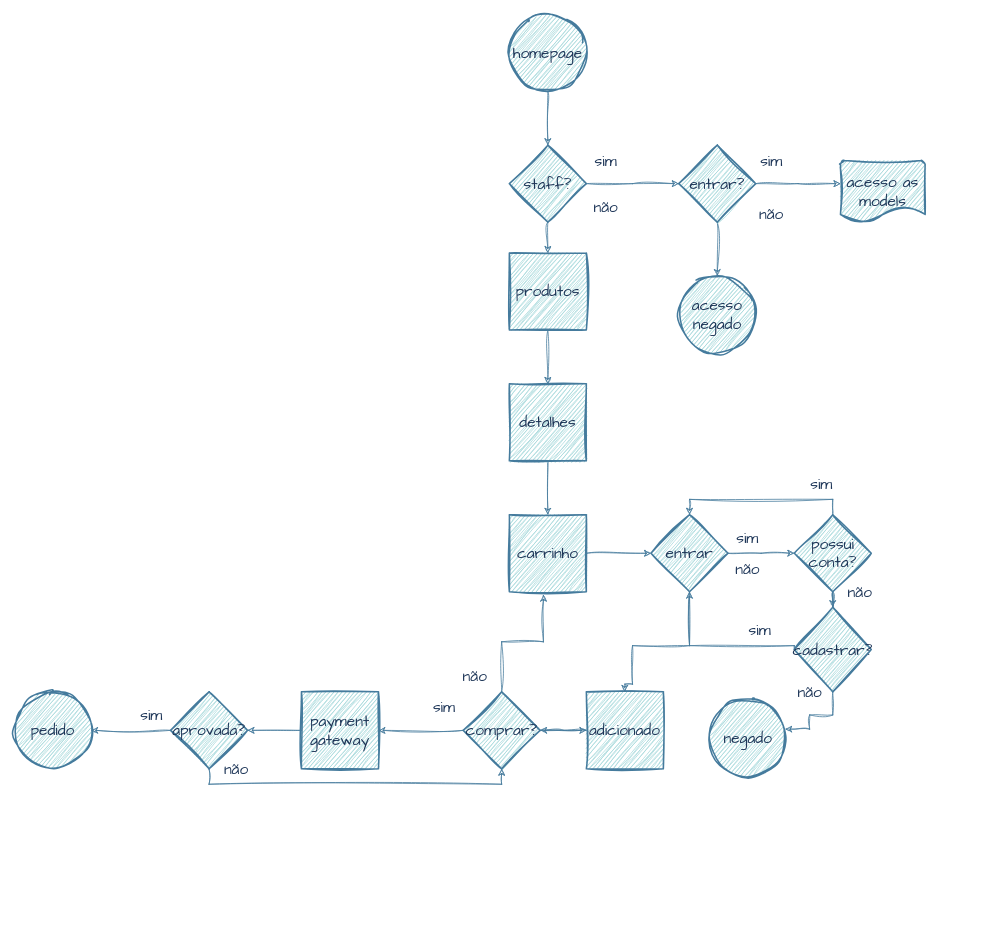
The draw.io diagram docs/fluxograma.drawio in rafaelngoncalves5/classewatches, before the edit. Source tidied: cells renumbered, new cells numbered last; positions are measured from the earlier drawing's top-left corner, leaving out a move shared by most shapes. Both pictures are drawn from the tidied source at 77%, with x=0, y=0 at pixel (14, 14).
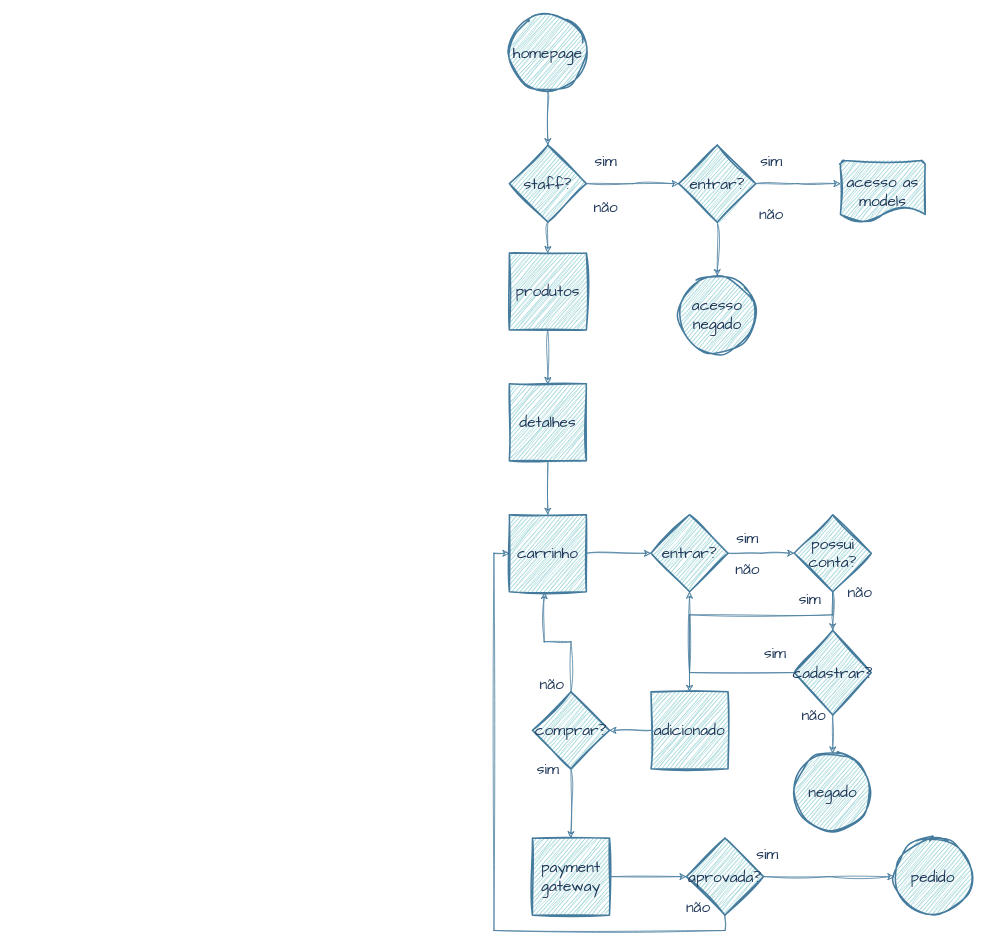
Above is the later version.

Unchanged cells that the change refers to:
```xml
<mxCell id="21" value="carrinho" style="rounded=0;whiteSpace=wrap;html=1;absoluteArcSize=1;arcSize=14;strokeWidth=2;hachureGap=4;fontFamily=Architects Daughter;fontSize=20;sketch=1;curveFitting=1;jiggle=2;labelBackgroundColor=none;fillColor=#A8DADC;strokeColor=#457B9D;fontColor=#1D3557;" parent="1" vertex="1">
  <mxGeometry x="643" y="650" width="100" height="100" as="geometry" />
</mxCell>
<mxCell id="29" value="possui conta?" style="strokeWidth=2;html=1;shape=mxgraph.flowchart.decision;whiteSpace=wrap;hachureGap=4;fontFamily=Architects Daughter;fontSize=20;rounded=0;sketch=1;curveFitting=1;jiggle=2;labelBackgroundColor=none;fillColor=#A8DADC;strokeColor=#457B9D;fontColor=#1D3557;" parent="1" vertex="1">
  <mxGeometry x="1013" y="650" width="100" height="100" as="geometry" />
</mxCell>
```

Diff of the diagram source:
```diff
@@
-    <mxCell id="23" style="edgeStyle=orthogonalEdgeStyle;rounded=0;hachureGap=4;jettySize=auto;html=1;exitX=0.5;exitY=1;exitDx=0;exitDy=0;exitPerimeter=0;fontFamily=Architects Daughter;fontSize=16;entryX=0.5;entryY=0;entryDx=0;entryDy=0;sketch=1;curveFitting=1;jiggle=2;labelBackgroundColor=none;strokeColor=#457B9D;fontColor=default;" parent="1" edge="1" source="24" target="39">
-      <mxGeometry relative="1" as="geometry">
-        <Array as="points">
-          <mxPoint x="877" y="820" />
-          <mxPoint x="803" y="820" />
-          <mxPoint x="803" y="870" />
-        </Array>
-      </mxGeometry>
-    </mxCell>
-    <mxCell id="24" value="entrar" style="strokeWidth=2;html=1;shape=mxgraph.flowchart.decision;whiteSpace=wrap;hachureGap=4;fontFamily=Architects Daughter;fontSize=20;rounded=0;sketch=1;curveFitting=1;jiggle=2;labelBackgroundColor=none;fillColor=#A8DADC;strokeColor=#457B9D;fontColor=#1D3557;" parent="1" vertex="1">
+    <mxCell id="24" value="entrar?" style="strokeWidth=2;html=1;shape=mxgraph.flowchart.decision;whiteSpace=wrap;hachureGap=4;fontFamily=Architects Daughter;fontSize=20;rounded=0;sketch=1;curveFitting=1;jiggle=2;labelBackgroundColor=none;fillColor=#A8DADC;strokeColor=#457B9D;fontColor=#1D3557;" parent="1" vertex="1">
       <mxGeometry x="827" y="650" width="100" height="100" as="geometry" />
     </mxCell>
@@
-    <mxCell id="28" style="edgeStyle=orthogonalEdgeStyle;rounded=0;hachureGap=4;jettySize=auto;html=1;fontFamily=Architects Daughter;fontSize=16;entryX=0.5;entryY=0;entryDx=0;entryDy=0;entryPerimeter=0;exitX=0.5;exitY=0;exitDx=0;exitDy=0;exitPerimeter=0;sketch=1;curveFitting=1;jiggle=2;labelBackgroundColor=none;strokeColor=#457B9D;fontColor=default;" parent="1" edge="1" source="29" target="24">
-      <mxGeometry relative="1" as="geometry" />
-    </mxCell>
+    <mxCell id="54" style="edgeStyle=orthogonalEdgeStyle;rounded=0;sketch=1;hachureGap=4;jiggle=2;curveFitting=1;jettySize=auto;html=1;exitX=0.5;exitY=1;exitDx=0;exitDy=0;exitPerimeter=0;entryX=0.5;entryY=0;entryDx=0;entryDy=0;fontFamily=Architects Daughter;fontSize=16;labelBackgroundColor=none;strokeColor=#457B9D;fillColor=#e51400;" parent="1" edge="1" source="29" target="39">
+      <mxGeometry relative="1" as="geometry">
+        <Array as="points">
+          <mxPoint x="1063" y="780" />
+          <mxPoint x="877" y="780" />
+        </Array>
+      </mxGeometry>
+    </mxCell>
@@
+    <mxCell id="32" style="edgeStyle=orthogonalEdgeStyle;rounded=0;sketch=1;hachureGap=4;jiggle=2;curveFitting=1;jettySize=auto;html=1;exitX=0.5;exitY=1;exitDx=0;exitDy=0;exitPerimeter=0;entryX=0.5;entryY=0;entryDx=0;entryDy=0;entryPerimeter=0;fontFamily=Architects Daughter;fontSize=16;labelBackgroundColor=none;strokeColor=#457B9D;" parent="1" edge="1" source="33" target="36">
+      <mxGeometry relative="1" as="geometry" />
+    </mxCell>
-    <mxCell id="31" style="edgeStyle=orthogonalEdgeStyle;rounded=0;hachureGap=4;jettySize=auto;html=1;exitX=0;exitY=0.5;exitDx=0;exitDy=0;exitPerimeter=0;entryX=0.5;entryY=1;entryDx=0;entryDy=0;entryPerimeter=0;fontFamily=Architects Daughter;fontSize=16;sketch=1;curveFitting=1;jiggle=2;labelBackgroundColor=none;strokeColor=#457B9D;fontColor=default;" parent="1" edge="1" source="33" target="24">
-      <mxGeometry relative="1" as="geometry">
-        <Array as="points">
-          <mxPoint x="1013" y="820" />
-          <mxPoint x="877" y="820" />
-        </Array>
-      </mxGeometry>
+    <mxCell id="31" style="edgeStyle=orthogonalEdgeStyle;rounded=0;sketch=1;hachureGap=4;jiggle=2;curveFitting=1;jettySize=auto;html=1;exitX=0;exitY=0.5;exitDx=0;exitDy=0;exitPerimeter=0;entryX=0.5;entryY=1;entryDx=0;entryDy=0;entryPerimeter=0;fontFamily=Architects Daughter;fontSize=16;labelBackgroundColor=none;strokeColor=#457B9D;fillColor=#60a917;" parent="1" edge="1" source="33" target="24">
+      <mxGeometry relative="1" as="geometry" />
     </mxCell>
-    <mxCell id="32" style="edgeStyle=orthogonalEdgeStyle;rounded=0;hachureGap=4;jettySize=auto;html=1;exitX=0.5;exitY=1;exitDx=0;exitDy=0;exitPerimeter=0;fontFamily=Architects Daughter;fontSize=16;entryX=0.984;entryY=0.384;entryDx=0;entryDy=0;entryPerimeter=0;sketch=1;curveFitting=1;jiggle=2;labelBackgroundColor=none;strokeColor=#457B9D;fontColor=default;" parent="1" edge="1" source="33" target="36">
-      <mxGeometry relative="1" as="geometry">
-        <Array as="points">
-          <mxPoint x="1063" y="910" />
-          <mxPoint x="1033" y="910" />
-          <mxPoint x="1033" y="928" />
-        </Array>
-      </mxGeometry>
-    </mxCell>
     <mxCell id="33" value="cadastrar?" style="strokeWidth=2;html=1;shape=mxgraph.flowchart.decision;whiteSpace=wrap;hachureGap=4;fontFamily=Architects Daughter;fontSize=20;rounded=0;sketch=1;curveFitting=1;jiggle=2;labelBackgroundColor=none;fillColor=#A8DADC;strokeColor=#457B9D;fontColor=#1D3557;" parent="1" vertex="1">
-      <mxGeometry x="1013" y="770" width="100" height="110" as="geometry" />
+      <mxGeometry x="1013" y="800" width="100" height="110" as="geometry" />
     </mxCell>
     <mxCell id="34" value="sim" style="text;html=1;align=center;verticalAlign=middle;strokeColor=none;fillColor=none;fontSize=20;fontFamily=Architects Daughter;rounded=0;sketch=1;curveFitting=1;jiggle=2;labelBackgroundColor=none;fontColor=#1D3557;" parent="1" vertex="1">
-      <mxGeometry x="943" y="780" width="50" height="40" as="geometry" />
+      <mxGeometry x="963" y="810" width="50" height="40" as="geometry" />
     </mxCell>
     <mxCell id="35" value="não" style="text;html=1;align=center;verticalAlign=middle;strokeColor=none;fillColor=none;fontSize=20;fontFamily=Architects Daughter;rounded=0;sketch=1;curveFitting=1;jiggle=2;labelBackgroundColor=none;fontColor=#1D3557;" parent="1" vertex="1">
-      <mxGeometry x="1008" y="860" width="50" height="40" as="geometry" />
+      <mxGeometry x="1013" y="890" width="50" height="40" as="geometry" />
     </mxCell>
     <mxCell id="36" value="negado" style="strokeWidth=2;html=1;shape=mxgraph.flowchart.start_2;whiteSpace=wrap;hachureGap=4;fontFamily=Architects Daughter;fontSize=20;rounded=0;sketch=1;curveFitting=1;jiggle=2;labelBackgroundColor=none;fillColor=#A8DADC;strokeColor=#457B9D;fontColor=#1D3557;" parent="1" vertex="1">
-      <mxGeometry x="903" y="890" width="100" height="100" as="geometry" />
+      <mxGeometry x="1013" y="960" width="100" height="100" as="geometry" />
     </mxCell>
     <mxCell id="37" value="sim" style="text;html=1;align=center;verticalAlign=middle;strokeColor=none;fillColor=none;fontSize=20;fontFamily=Architects Daughter;rounded=0;sketch=1;curveFitting=1;jiggle=2;labelBackgroundColor=none;fontColor=#1D3557;" parent="1" vertex="1">
-      <mxGeometry x="1023" y="590" width="50" height="40" as="geometry" />
+      <mxGeometry x="1008" y="740" width="50" height="40" as="geometry" />
     </mxCell>
-    <mxCell id="38" style="edgeStyle=orthogonalEdgeStyle;rounded=0;hachureGap=4;jettySize=auto;html=1;exitX=0;exitY=0.5;exitDx=0;exitDy=0;fontFamily=Architects Daughter;fontSize=16;entryX=1;entryY=0.5;entryDx=0;entryDy=0;sketch=1;curveFitting=1;jiggle=2;labelBackgroundColor=none;strokeColor=#457B9D;fontColor=default;" parent="1" edge="1" source="39">
-      <mxGeometry relative="1" as="geometry">
-        <mxPoint x="683" y="930" as="targetPoint" />
-      </mxGeometry>
-    </mxCell>
+    <mxCell id="55" style="edgeStyle=orthogonalEdgeStyle;rounded=0;sketch=1;hachureGap=4;jiggle=2;curveFitting=1;jettySize=auto;html=1;exitX=0;exitY=0.5;exitDx=0;exitDy=0;fontFamily=Architects Daughter;fontSize=16;entryX=1;entryY=0.5;entryDx=0;entryDy=0;entryPerimeter=0;labelBackgroundColor=none;strokeColor=#457B9D;" parent="1" edge="1" source="39" target="43">
+      <mxGeometry relative="1" as="geometry" />
+    </mxCell>
     <mxCell id="39" value="adicionado" style="rounded=0;whiteSpace=wrap;html=1;absoluteArcSize=1;arcSize=14;strokeWidth=2;hachureGap=4;fontFamily=Architects Daughter;fontSize=20;sketch=1;curveFitting=1;jiggle=2;labelBackgroundColor=none;fillColor=#A8DADC;strokeColor=#457B9D;fontColor=#1D3557;" parent="1" vertex="1">
-      <mxGeometry x="743" y="880" width="100" height="100" as="geometry" />
+      <mxGeometry x="827" y="880" width="100" height="100" as="geometry" />
     </mxCell>
-    <mxCell id="40" style="edgeStyle=orthogonalEdgeStyle;rounded=0;hachureGap=4;jettySize=auto;html=1;fontFamily=Architects Daughter;fontSize=16;exitX=1;exitY=0.5;exitDx=0;exitDy=0;exitPerimeter=0;sketch=1;curveFitting=1;jiggle=2;labelBackgroundColor=none;strokeColor=#457B9D;fontColor=default;" parent="1" edge="1" source="43" target="39">
-      <mxGeometry relative="1" as="geometry" />
-    </mxCell>
+    <mxCell id="42" style="edgeStyle=orthogonalEdgeStyle;rounded=0;hachureGap=4;jettySize=auto;html=1;exitX=0.5;exitY=0;exitDx=0;exitDy=0;exitPerimeter=0;entryX=0.452;entryY=1.006;entryDx=0;entryDy=0;entryPerimeter=0;fontFamily=Architects Daughter;fontSize=16;sketch=1;curveFitting=1;jiggle=2;labelBackgroundColor=none;strokeColor=#457B9D;fontColor=default;" parent="1" edge="1" source="43" target="21">
+      <mxGeometry relative="1" as="geometry" />
+    </mxCell>
-    <mxCell id="41" style="edgeStyle=orthogonalEdgeStyle;rounded=0;hachureGap=4;jettySize=auto;html=1;exitX=0;exitY=0.5;exitDx=0;exitDy=0;exitPerimeter=0;fontFamily=Architects Daughter;fontSize=16;sketch=1;curveFitting=1;jiggle=2;labelBackgroundColor=none;strokeColor=#457B9D;fontColor=default;" parent="1" edge="1" source="43" target="47">
+    <mxCell id="41" style="edgeStyle=orthogonalEdgeStyle;rounded=0;sketch=1;hachureGap=4;jiggle=2;curveFitting=1;jettySize=auto;html=1;exitX=0.5;exitY=1;exitDx=0;exitDy=0;exitPerimeter=0;fontFamily=Architects Daughter;fontSize=16;entryX=0.5;entryY=0;entryDx=0;entryDy=0;labelBackgroundColor=none;strokeColor=#457B9D;" parent="1" edge="1" source="43" target="47">
       <mxGeometry relative="1" as="geometry" />
     </mxCell>
-    <mxCell id="42" style="edgeStyle=orthogonalEdgeStyle;rounded=0;hachureGap=4;jettySize=auto;html=1;exitX=0.5;exitY=0;exitDx=0;exitDy=0;exitPerimeter=0;entryX=0.443;entryY=1.039;entryDx=0;entryDy=0;entryPerimeter=0;fontFamily=Architects Daughter;fontSize=16;sketch=1;curveFitting=1;jiggle=2;labelBackgroundColor=none;strokeColor=#457B9D;fontColor=default;" parent="1" edge="1" source="43" target="21">
-      <mxGeometry relative="1" as="geometry" />
-    </mxCell>
     <mxCell id="43" value="comprar?" style="strokeWidth=2;html=1;shape=mxgraph.flowchart.decision;whiteSpace=wrap;hachureGap=4;fontFamily=Architects Daughter;fontSize=20;rounded=0;sketch=1;curveFitting=1;jiggle=2;labelBackgroundColor=none;fillColor=#A8DADC;strokeColor=#457B9D;fontColor=#1D3557;" parent="1" vertex="1">
-      <mxGeometry x="583" y="880" width="100" height="100" as="geometry" />
+      <mxGeometry x="673" y="880" width="100" height="100" as="geometry" />
     </mxCell>
     <mxCell id="44" value="sim" style="text;html=1;align=center;verticalAlign=middle;strokeColor=none;fillColor=none;fontSize=20;fontFamily=Architects Daughter;rounded=0;sketch=1;curveFitting=1;jiggle=2;labelBackgroundColor=none;fontColor=#1D3557;" parent="1" vertex="1">
-      <mxGeometry x="533" y="880" width="50" height="40" as="geometry" />
+      <mxGeometry x="668" y="960" width="50" height="40" as="geometry" />
     </mxCell>
     <mxCell id="45" value="não" style="text;html=1;align=center;verticalAlign=middle;strokeColor=none;fillColor=none;fontSize=20;fontFamily=Architects Daughter;rounded=0;sketch=1;curveFitting=1;jiggle=2;labelBackgroundColor=none;fontColor=#1D3557;" parent="1" vertex="1">
-      <mxGeometry x="573" y="840" width="50" height="40" as="geometry" />
+      <mxGeometry x="673" y="850" width="50" height="40" as="geometry" />
     </mxCell>
-    <mxCell id="46" style="edgeStyle=orthogonalEdgeStyle;rounded=0;hachureGap=4;jettySize=auto;html=1;exitX=0;exitY=0.5;exitDx=0;exitDy=0;entryX=1;entryY=0.5;entryDx=0;entryDy=0;entryPerimeter=0;fontFamily=Architects Daughter;fontSize=16;sketch=1;curveFitting=1;jiggle=2;labelBackgroundColor=none;strokeColor=#457B9D;fontColor=default;" parent="1" edge="1" source="47" target="50">
+    <mxCell id="46" style="edgeStyle=orthogonalEdgeStyle;rounded=0;sketch=1;hachureGap=4;jiggle=2;curveFitting=1;jettySize=auto;html=1;exitX=1;exitY=0.5;exitDx=0;exitDy=0;entryX=0;entryY=0.5;entryDx=0;entryDy=0;entryPerimeter=0;fontFamily=Architects Daughter;fontSize=16;labelBackgroundColor=none;strokeColor=#457B9D;" parent="1" edge="1" source="47" target="50">
       <mxGeometry relative="1" as="geometry" />
     </mxCell>
     <mxCell id="47" value="payment gateway" style="rounded=0;whiteSpace=wrap;html=1;absoluteArcSize=1;arcSize=14;strokeWidth=2;hachureGap=4;fontFamily=Architects Daughter;fontSize=20;sketch=1;curveFitting=1;jiggle=2;labelBackgroundColor=none;fillColor=#A8DADC;strokeColor=#457B9D;fontColor=#1D3557;" parent="1" vertex="1">
-      <mxGeometry x="373" y="880" width="100" height="100" as="geometry" />
+      <mxGeometry x="673" y="1070" width="100" height="100" as="geometry" />
     </mxCell>
-    <mxCell id="48" style="edgeStyle=orthogonalEdgeStyle;rounded=0;hachureGap=4;jettySize=auto;html=1;exitX=0;exitY=0.5;exitDx=0;exitDy=0;exitPerimeter=0;fontFamily=Architects Daughter;fontSize=16;entryX=1;entryY=0.5;entryDx=0;entryDy=0;entryPerimeter=0;sketch=1;curveFitting=1;jiggle=2;labelBackgroundColor=none;strokeColor=#457B9D;fontColor=default;" parent="1" edge="1" source="50" target="53">
-      <mxGeometry relative="1" as="geometry" />
-    </mxCell>
-    <mxCell id="49" style="edgeStyle=orthogonalEdgeStyle;rounded=0;hachureGap=4;jettySize=auto;html=1;exitX=0.5;exitY=1;exitDx=0;exitDy=0;exitPerimeter=0;entryX=0.5;entryY=1;entryDx=0;entryDy=0;fontFamily=Architects Daughter;fontSize=16;entryPerimeter=0;sketch=1;curveFitting=1;jiggle=2;labelBackgroundColor=none;strokeColor=#457B9D;fontColor=default;" parent="1" edge="1" source="50" target="43">
-      <mxGeometry relative="1" as="geometry" />
-    </mxCell>
+    <mxCell id="56" style="edgeStyle=orthogonalEdgeStyle;rounded=0;sketch=1;hachureGap=4;jiggle=2;curveFitting=1;jettySize=auto;html=1;exitX=1;exitY=0.5;exitDx=0;exitDy=0;exitPerimeter=0;fontFamily=Architects Daughter;fontSize=16;labelBackgroundColor=none;strokeColor=#457B9D;" parent="1" edge="1" source="50">
+      <mxGeometry relative="1" as="geometry">
+        <mxPoint x="1143" y="1120" as="targetPoint" />
+      </mxGeometry>
+    </mxCell>
+    <mxCell id="57" style="edgeStyle=orthogonalEdgeStyle;rounded=0;sketch=1;hachureGap=4;jiggle=2;curveFitting=1;jettySize=auto;html=1;exitX=0.5;exitY=1;exitDx=0;exitDy=0;exitPerimeter=0;fontFamily=Architects Daughter;fontSize=16;entryX=0;entryY=0.5;entryDx=0;entryDy=0;fillColor=#b1ddf0;strokeColor=#457B9D;labelBackgroundColor=none;" parent="1" edge="1" source="50" target="21">
+      <mxGeometry relative="1" as="geometry" />
+    </mxCell>
     <mxCell id="50" value="aprovada?" style="strokeWidth=2;html=1;shape=mxgraph.flowchart.decision;whiteSpace=wrap;hachureGap=4;fontFamily=Architects Daughter;fontSize=20;rounded=0;sketch=1;curveFitting=1;jiggle=2;labelBackgroundColor=none;fillColor=#A8DADC;strokeColor=#457B9D;fontColor=#1D3557;" parent="1" vertex="1">
-      <mxGeometry x="203" y="880" width="100" height="100" as="geometry" />
+      <mxGeometry x="873" y="1070" width="100" height="100" as="geometry" />
     </mxCell>
+    <mxCell id="53" value="pedido" style="strokeWidth=2;html=1;shape=mxgraph.flowchart.start_2;whiteSpace=wrap;hachureGap=4;fontFamily=Architects Daughter;fontSize=20;rounded=0;sketch=1;curveFitting=1;jiggle=2;labelBackgroundColor=none;fillColor=#A8DADC;strokeColor=#457B9D;fontColor=#1D3557;" parent="1" vertex="1">
+      <mxGeometry x="1143" y="1070" width="100" height="100" as="geometry" />
+    </mxCell>
     <mxCell id="51" value="sim" style="text;html=1;align=center;verticalAlign=middle;strokeColor=none;fillColor=none;fontSize=20;fontFamily=Architects Daughter;rounded=0;sketch=1;curveFitting=1;jiggle=2;labelBackgroundColor=none;fontColor=#1D3557;" parent="1" vertex="1">
-      <mxGeometry x="153" y="890" width="50" height="40" as="geometry" />
+      <mxGeometry x="953" y="1070" width="50" height="40" as="geometry" />
     </mxCell>
     <mxCell id="52" value="não" style="text;html=1;align=center;verticalAlign=middle;strokeColor=none;fillColor=none;fontSize=20;fontFamily=Architects Daughter;rounded=0;sketch=1;curveFitting=1;jiggle=2;labelBackgroundColor=none;fontColor=#1D3557;" parent="1" vertex="1">
-      <mxGeometry x="263" y="960" width="50" height="40" as="geometry" />
+      <mxGeometry x="863" y="1140" width="50" height="40" as="geometry" />
     </mxCell>
-    <mxCell id="53" value="pedido" style="strokeWidth=2;html=1;shape=mxgraph.flowchart.start_2;whiteSpace=wrap;hachureGap=4;fontFamily=Architects Daughter;fontSize=20;rounded=0;sketch=1;curveFitting=1;jiggle=2;labelBackgroundColor=none;fillColor=#A8DADC;strokeColor=#457B9D;fontColor=#1D3557;" parent="1" vertex="1">
-      <mxGeometry y="880" width="100" height="100" as="geometry" />
-    </mxCell>
```
